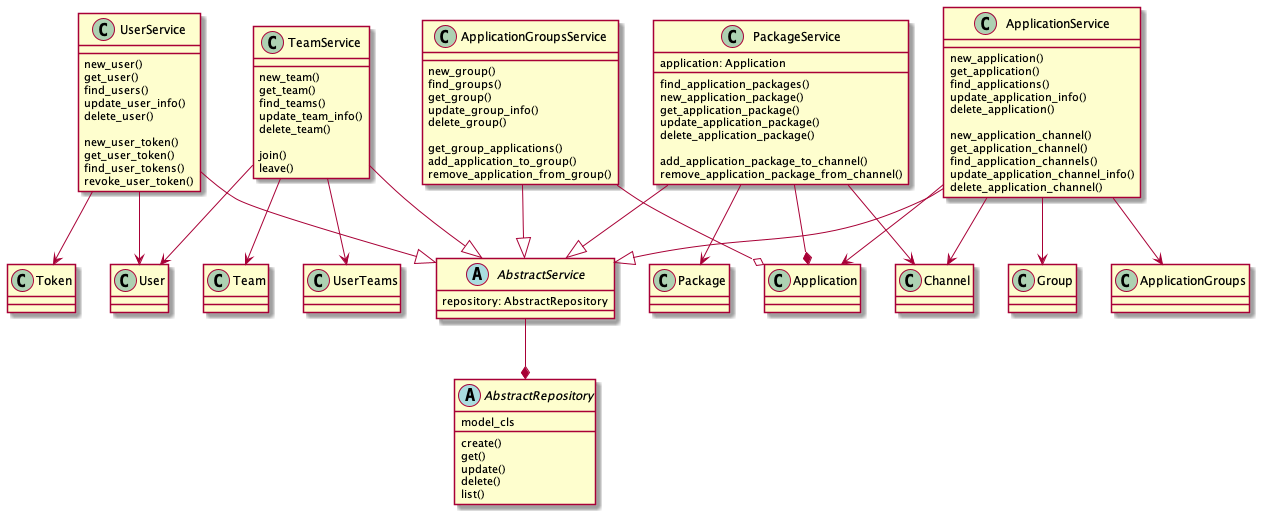
The PlantUML diagram docs/services-domain-models.png in DragosBulumac/project-UpdateService, before a commit. Its diagram source:
```plantuml
@startuml
class User
class Team
class UserTeams
class Token
class Application
class Package
class Channel
class Group
class ApplicationGroups

abstract class AbstractRepository {
    model_cls

    create()
    get()
    update()
    delete()
    list()
}

abstract class AbstractService {
    repository: AbstractRepository
}

AbstractService --* AbstractRepository

class UserService {
    new_user()
    get_user()
    find_users()
    update_user_info()
    delete_user()

    new_user_token()
    get_user_token()
    find_user_tokens()
    revoke_user_token()
}

UserService --|> AbstractService
UserService --> User
UserService --> Token

class TeamService {
    new_team()
    get_team()
    find_teams()
    update_team_info()
    delete_team()

    join()
    leave()
}

TeamService --|> AbstractService
TeamService --> Team
TeamService --> User
TeamService --> UserTeams


class ApplicationService {
    new_application()
    get_application()
    find_applications()
    update_application_info()
    delete_application()

    new_application_channel()
    get_application_channel()
    find_application_channels()
    update_application_channel_info()
    delete_application_channel()
}

ApplicationService --|> AbstractService
ApplicationService --> Application
ApplicationService --> Channel


class PackageService {
    application: Application

    find_application_packages()
    new_application_package()
    get_application_package()
    update_application_package()
    delete_application_package()

    add_application_package_to_channel()
    remove_application_package_from_channel()
}

PackageService --|> AbstractService
PackageService --* Application
PackageService --> Channel
PackageService --> Package

class ApplicationGroupsService {
    new_group()
    find_groups()
    get_group()
    update_group_info()
    delete_group()

    get_group_applications()
    add_application_to_group()
    remove_application_from_group()
}

ApplicationGroupsService --|> AbstractService
ApplicationGroupsService --o Application
ApplicationService --> Group
ApplicationService --> ApplicationGroups
@enduml
```
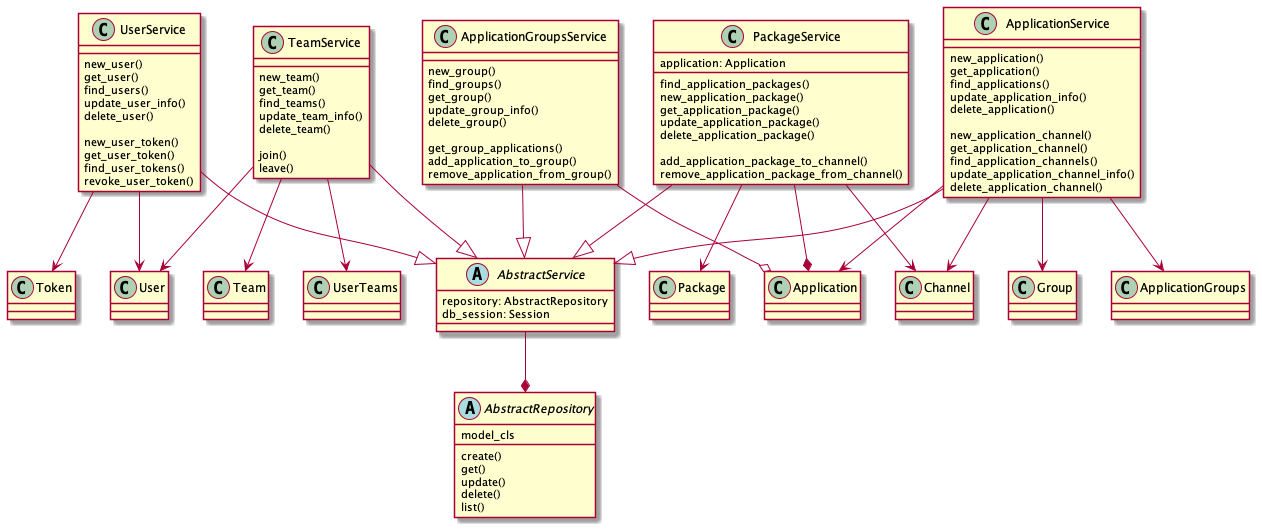
Later version of the same file.

Commit message:
Add DB session to all related entities.

What changed in the source:
```diff
@@ -21,6 +21,7 @@
 
 abstract class AbstractService {
     repository: AbstractRepository
+    db_session: Session
 }
 
 AbstractService --* AbstractRepository
```
